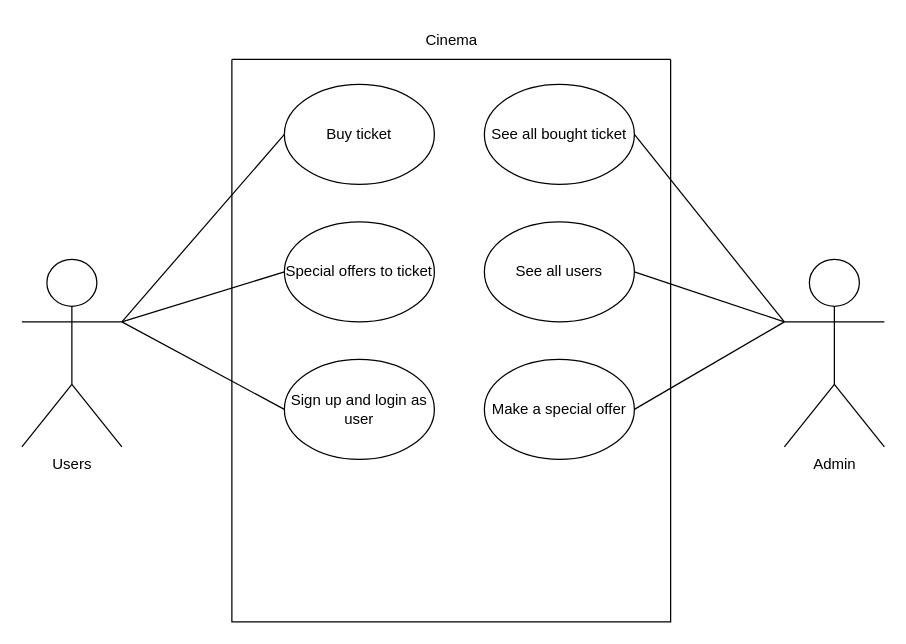
Above: CinemaSystem/diagram/use-case.drawio in shawn-lacarta/M326_CinemaBookingSystem (draw.io), before the change. Source tidied: cells renumbered, new cells numbered last; positions are measured from the earlier drawing's top-left corner, leaving out a move shared by most shapes. Both pictures are drawn from the tidied source at 125%, with x=0, y=0 at pixel (21, 21).
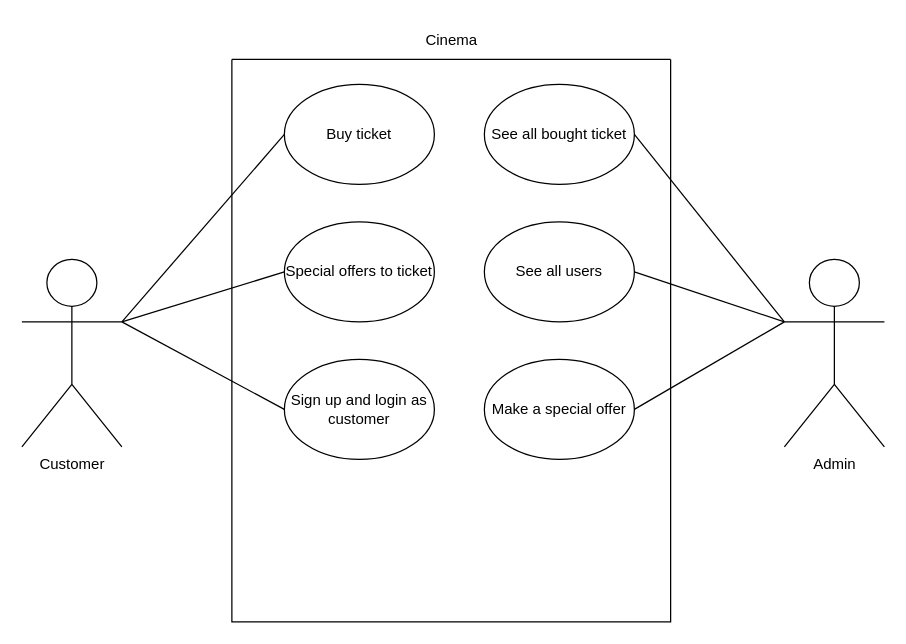
The same diagram, later.

Commit message:
changed user to customer

The edit, as a diff of the source:
```diff
@@
 <mxGraphModel>
   <root>
     <mxCell id="0" />
     <mxCell id="1" parent="0" />
     <mxCell id="2" style="swimlane;startSize=0;" parent="1" vertex="1">
       <mxGeometry x="168" y="30" width="351" height="450" as="geometry" />
     </mxCell>
     <mxCell id="3" value="Buy ticket" style="ellipse;whiteSpace=wrap;html=1;" parent="2" vertex="1">
       <mxGeometry x="42" y="20" width="120" height="80" as="geometry" />
     </mxCell>
     <mxCell id="4" value="Special offers to ticket" style="ellipse;whiteSpace=wrap;html=1;" parent="2" vertex="1">
       <mxGeometry x="42" y="130" width="120" height="80" as="geometry" />
     </mxCell>
-    <mxCell id="5" value="Sign up and login as user" style="ellipse;whiteSpace=wrap;html=1;" parent="2" vertex="1">
+    <mxCell id="5" value="Sign up and login as customer" style="ellipse;whiteSpace=wrap;html=1;" parent="2" vertex="1">
       <mxGeometry x="42" y="240" width="120" height="80" as="geometry" />
     </mxCell>
     <mxCell id="6" value="See all bought ticket" style="ellipse;whiteSpace=wrap;html=1;" parent="2" vertex="1">
       <mxGeometry x="202" y="20" width="120" height="80" as="geometry" />
     </mxCell>
     <mxCell id="7" value="See all users" style="ellipse;whiteSpace=wrap;html=1;" parent="2" vertex="1">
       <mxGeometry x="202" y="130" width="120" height="80" as="geometry" />
     </mxCell>
     <mxCell id="8" value="Make a special offer" style="ellipse;whiteSpace=wrap;html=1;" parent="2" vertex="1">
       <mxGeometry x="202" y="240" width="120" height="80" as="geometry" />
     </mxCell>
-    <mxCell id="9" value="Users" style="shape=umlActor;verticalLabelPosition=bottom;verticalAlign=top;html=1;outlineConnect=0;" parent="1" vertex="1">
+    <mxCell id="9" value="Customer" style="shape=umlActor;verticalLabelPosition=bottom;verticalAlign=top;html=1;outlineConnect=0;" parent="1" vertex="1">
       <mxGeometry y="190" width="80" height="150" as="geometry" />
     </mxCell>
     <mxCell id="10" value="Admin" style="shape=umlActor;verticalLabelPosition=bottom;verticalAlign=top;html=1;outlineConnect=0;" parent="1" vertex="1">
       <mxGeometry x="610" y="190" width="80" height="150" as="geometry" />
     </mxCell>
     <mxCell id="11" style="endArrow=none;html=1;rounded=0;entryX=0;entryY=0.5;entryDx=0;entryDy=0;exitX=1;exitY=0.3333333333333333;exitDx=0;exitDy=0;exitPerimeter=0;" parent="1" edge="1" source="9" target="3">
       <mxGeometry relative="1" as="geometry" />
     </mxCell>
     <mxCell id="12" style="endArrow=none;html=1;rounded=0;entryX=0;entryY=0.5;entryDx=0;entryDy=0;exitX=1;exitY=0.3333333333333333;exitDx=0;exitDy=0;exitPerimeter=0;" parent="1" edge="1" source="9" target="4">
       <mxGeometry relative="1" as="geometry" />
     </mxCell>
     <mxCell id="13" style="endArrow=none;html=1;rounded=0;entryX=0;entryY=0.5;entryDx=0;entryDy=0;exitX=1;exitY=0.3333333333333333;exitDx=0;exitDy=0;exitPerimeter=0;" parent="1" edge="1" source="9" target="5">
       <mxGeometry relative="1" as="geometry" />
     </mxCell>
     <mxCell id="14" style="endArrow=none;html=1;rounded=0;entryX=1;entryY=0.5;entryDx=0;entryDy=0;exitX=0;exitY=0.3333333333333333;exitDx=0;exitDy=0;exitPerimeter=0;" parent="1" edge="1" source="10" target="6">
       <mxGeometry relative="1" as="geometry" />
     </mxCell>
     <mxCell id="15" style="endArrow=none;html=1;rounded=0;entryX=0;entryY=0.3333333333333333;entryDx=0;entryDy=0;exitX=1;exitY=0.5;exitDx=0;exitDy=0;entryPerimeter=0;" parent="1" edge="1" source="7" target="10">
       <mxGeometry relative="1" as="geometry" />
     </mxCell>
     <mxCell id="16" style="endArrow=none;html=1;rounded=0;entryX=0;entryY=0.3333333333333333;entryDx=0;entryDy=0;exitX=1;exitY=0.5;exitDx=0;exitDy=0;entryPerimeter=0;" parent="1" edge="1" source="8" target="10">
       <mxGeometry relative="1" as="geometry" />
     </mxCell>
     <mxCell id="17" value="Cinema" style="text;html=1;strokeColor=none;fillColor=none;align=center;verticalAlign=middle;whiteSpace=wrap;rounded=0;" parent="1" vertex="1">
       <mxGeometry x="314" width="60" height="30" as="geometry" />
     </mxCell>
   </root>
 </mxGraphModel>
```
